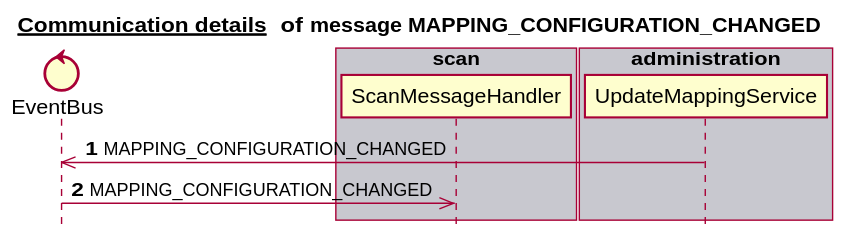
The PlantUML diagram docs/latest/images/gen_domain_messaging_mapping_configuration_changed.svg in mercedes-benz/sechub, before a commit. Source of this version:
```plantuml
@startuml


title __Communication details __ of **message MAPPING_CONFIGURATION_CHANGED**
skinparam style strictuml


control EventBus
box "scan" #C8C8CF
   participant ScanMessageHandler
end box
box "schedule" #F8F8FF
end box
box "authorization" #C8C8CF
end box
box "notification" #F8F8FF
end box
box "administration" #C8C8CF
   participant UpdateMappingService
end box
autonumber 1
UpdateMappingService ->> EventBus:MAPPING_CONFIGURATION_CHANGED
EventBus ->> ScanMessageHandler:MAPPING_CONFIGURATION_CHANGED
autonumber stop


@enduml
```
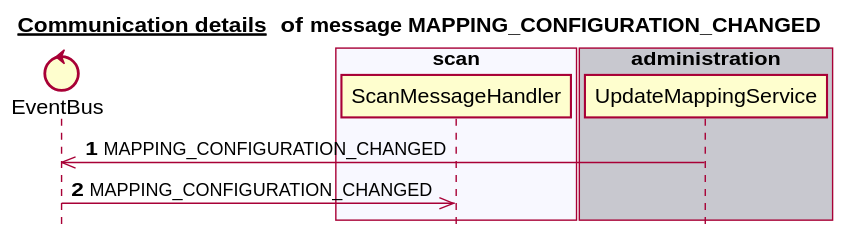
The same file after the commit.

Diff of the diagram source:
```diff
@@ -6,17 +6,17 @@
 
 
 control EventBus
-box "scan" #C8C8CF
+box "authorization" #C8C8CF
+end box
+box "scan" #F8F8FF
    participant ScanMessageHandler
+end box
+box "administration" #C8C8CF
+   participant UpdateMappingService
 end box
 box "schedule" #F8F8FF
 end box
-box "authorization" #C8C8CF
-end box
-box "notification" #F8F8FF
-end box
-box "administration" #C8C8CF
-   participant UpdateMappingService
+box "notification" #C8C8CF
 end box
 autonumber 1
 UpdateMappingService ->> EventBus:MAPPING_CONFIGURATION_CHANGED
```
